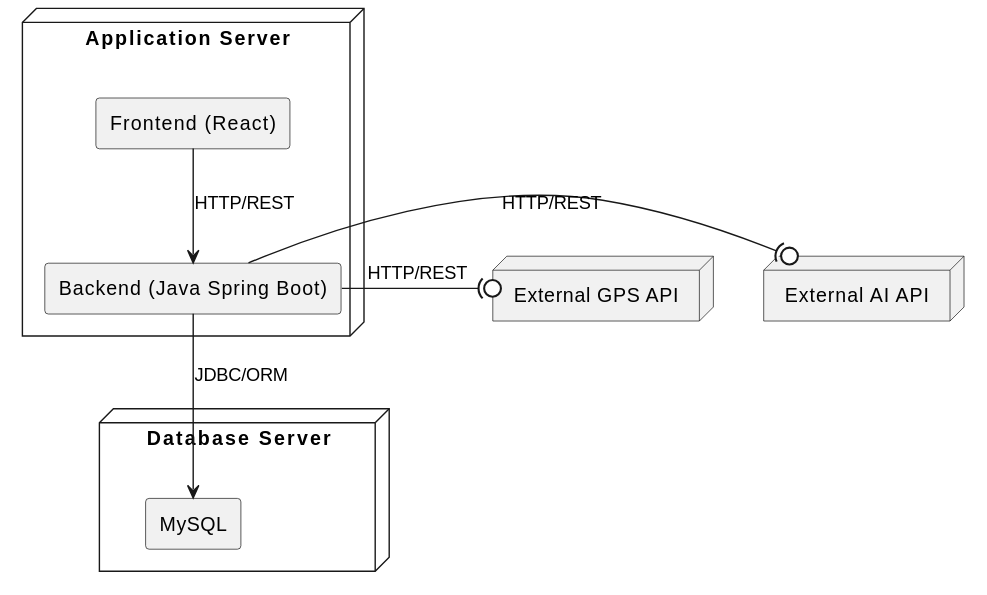
Earlier version of the PlantUML export Documentation/DeploymentDiagram/DeploymentDiagram.svg (RafaelFaisca32/LABDSOF).
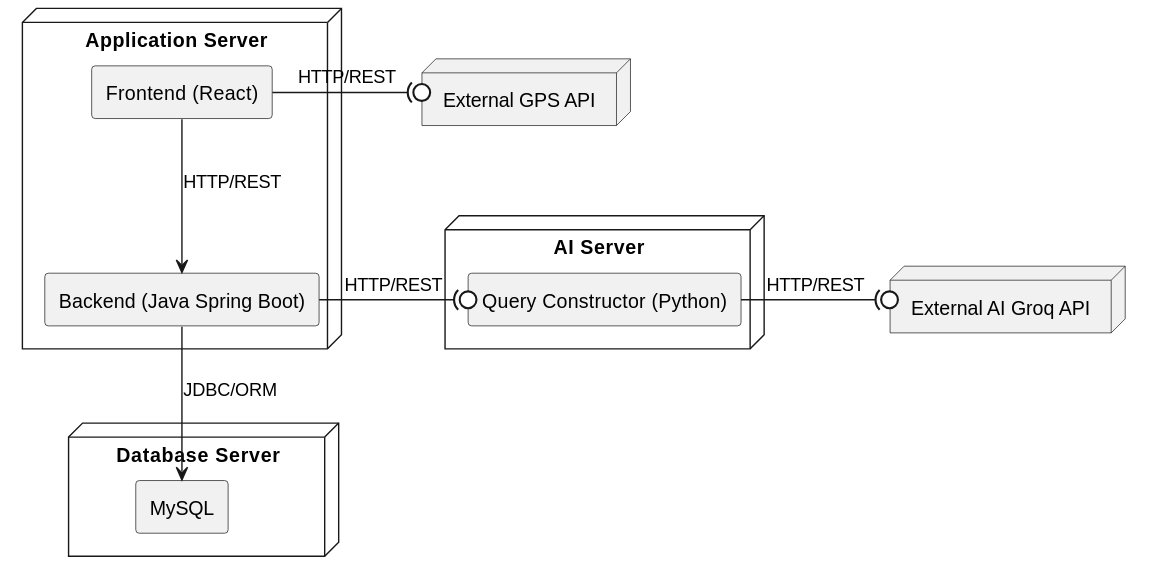
The same file after the commit.

The edit, as a diff of the source:
```diff
@@ -13,11 +13,16 @@
 node "External GPS API" {
 }
 
-node "External AI API" {
+node "AI Server" {
+    [Query Constructor (Python)]
+}
+
+node "External AI Groq API" {
 }
 
 [Frontend (React)] --> [Backend (Java Spring Boot)] : HTTP/REST
 [Backend (Java Spring Boot)] --> [MySQL] : JDBC/ORM
-[Backend (Java Spring Boot)] -(0 [External GPS API] : HTTP/REST
-[Backend (Java Spring Boot)] -(0 [External AI API] : HTTP/REST
+[Frontend (React)] -(0 [External GPS API] : HTTP/REST
+[Backend (Java Spring Boot)] -(0 [Query Constructor (Python)] : HTTP/REST
+[Query Constructor (Python)] -(0 [External AI Groq API] : HTTP/REST
 @enduml
```
